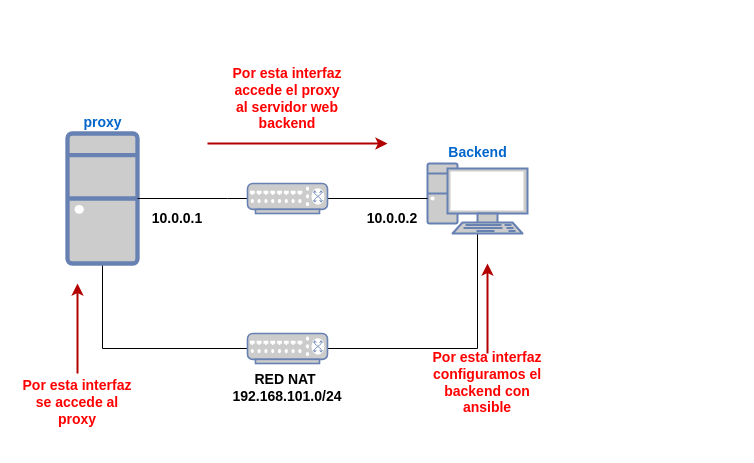
Above: modulos/_sri/sri/2526/u3/img/lb.drawio in josedom24/fp_pledin (draw.io), before the change. Source tidied: cells renumbered, new cells numbered last; positions are measured from the earlier drawing's top-left corner, leaving out a move shared by most shapes. Both pictures are drawn from the tidied source at 100%, with x=0, y=0 at pixel (17, 83).
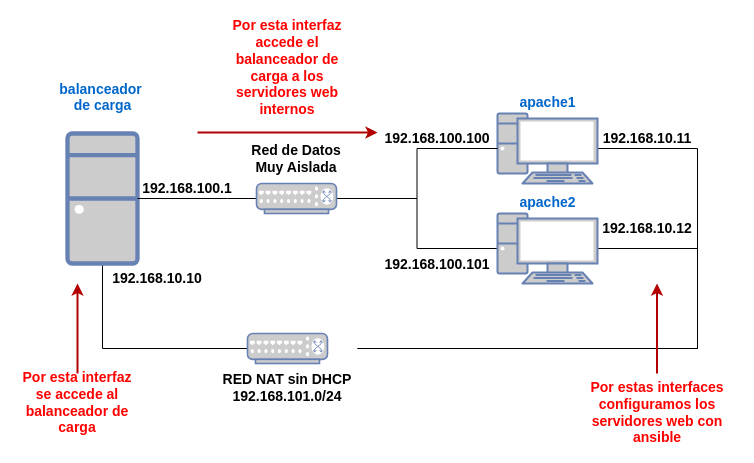
The same page after the edit.

The change refers to these unchanged cells:
```xml
<mxCell id="4" style="fontColor=#0066CC;verticalAlign=top;verticalLabelPosition=bottom;labelPosition=center;align=center;html=1;outlineConnect=0;fillColor=#CCCCCC;strokeColor=#6881B3;gradientColor=none;gradientDirection=north;strokeWidth=2;shape=mxgraph.networks.switch;" parent="1" vertex="1">
  <mxGeometry x="230" y="250" width="80" height="30" as="geometry" />
</mxCell>
```

Diff of the diagram source:
```diff
@@
-    <mxCell id="3" style="edgeStyle=orthogonalEdgeStyle;rounded=0;jettySize=auto;html=1;endArrow=none;endFill=0;" parent="1" edge="1" source="4" target="6">
-      <mxGeometry relative="1" as="geometry" />
-    </mxCell>
+    <mxCell id="19" style="edgeStyle=orthogonalEdgeStyle;rounded=0;jettySize=auto;html=1;endArrow=none;endFill=0;" parent="1" edge="1" target="22">
+      <mxGeometry relative="1" as="geometry">
+        <mxPoint x="340" y="265" as="sourcePoint" />
+        <Array as="points">
+          <mxPoint x="680" y="265" />
+          <mxPoint x="680" y="165" />
+        </Array>
+      </mxGeometry>
+    </mxCell>
@@
-    <mxCell id="5" value="&lt;font size=&quot;1&quot;&gt;&lt;b style=&quot;font-size: 14px;&quot;&gt;proxy&lt;/b&gt;&lt;/font&gt;" style="fontColor=#0066CC;verticalAlign=bottom;verticalLabelPosition=top;labelPosition=center;align=center;html=1;outlineConnect=0;fillColor=#CCCCCC;strokeColor=#6881B3;gradientColor=none;gradientDirection=north;strokeWidth=2;shape=mxgraph.networks.desktop_pc;" parent="1" vertex="1">
+    <mxCell id="5" value="&lt;font size=&quot;1&quot;&gt;&lt;b style=&quot;font-size: 14px;&quot;&gt;balanceador&amp;nbsp;&lt;/b&gt;&lt;/font&gt;&lt;div&gt;&lt;font size=&quot;1&quot;&gt;&lt;b style=&quot;font-size: 14px;&quot;&gt;de carga&lt;/b&gt;&lt;/font&gt;&lt;/div&gt;&lt;div&gt;&lt;font size=&quot;1&quot;&gt;&lt;b style=&quot;font-size: 14px;&quot;&gt;&lt;br&gt;&lt;/b&gt;&lt;/font&gt;&lt;/div&gt;" style="fontColor=#0066CC;verticalAlign=bottom;verticalLabelPosition=top;labelPosition=center;align=center;html=1;outlineConnect=0;fillColor=#CCCCCC;strokeColor=#6881B3;gradientColor=none;gradientDirection=north;strokeWidth=2;shape=mxgraph.networks.desktop_pc;" parent="1" vertex="1">
       <mxGeometry x="50" y="50" width="70" height="130" as="geometry" />
     </mxCell>
+    <mxCell id="20" style="edgeStyle=orthogonalEdgeStyle;rounded=0;jettySize=auto;html=1;endArrow=none;endFill=0;entryX=1;entryY=0.5;entryDx=0;entryDy=0;entryPerimeter=0;" parent="1" edge="1" source="6">
+      <mxGeometry relative="1" as="geometry">
+        <mxPoint x="340" y="265" as="targetPoint" />
+        <Array as="points">
+          <mxPoint x="680" y="65" />
+          <mxPoint x="680" y="265" />
+        </Array>
+      </mxGeometry>
+    </mxCell>
-    <mxCell id="6" value="&lt;font size=&quot;1&quot;&gt;&lt;b style=&quot;font-size: 14px;&quot;&gt;Backend&lt;/b&gt;&lt;/font&gt;" style="fontColor=#0066CC;verticalAlign=bottom;verticalLabelPosition=top;labelPosition=center;align=center;html=1;outlineConnect=0;fillColor=#CCCCCC;strokeColor=#6881B3;gradientColor=none;gradientDirection=north;strokeWidth=2;shape=mxgraph.networks.pc;" parent="1" vertex="1">
-      <mxGeometry x="410" y="80" width="100" height="70" as="geometry" />
+    <mxCell id="6" value="&lt;font size=&quot;1&quot;&gt;&lt;b style=&quot;font-size: 14px;&quot;&gt;apache1&lt;/b&gt;&lt;/font&gt;" style="fontColor=#0066CC;verticalAlign=bottom;verticalLabelPosition=top;labelPosition=center;align=center;html=1;outlineConnect=0;fillColor=#CCCCCC;strokeColor=#6881B3;gradientColor=none;gradientDirection=north;strokeWidth=2;shape=mxgraph.networks.pc;" parent="1" vertex="1">
+      <mxGeometry x="480" y="30" width="100" height="70" as="geometry" />
     </mxCell>
@@
+    <mxCell id="21" style="edgeStyle=orthogonalEdgeStyle;rounded=0;jettySize=auto;html=1;endArrow=none;endFill=0;exitX=1;exitY=0.5;exitDx=0;exitDy=0;exitPerimeter=0;entryX=0;entryY=0.5;entryDx=0;entryDy=0;entryPerimeter=0;" parent="1" edge="1" source="9" target="22">
+      <mxGeometry relative="1" as="geometry" />
+    </mxCell>
     <mxCell id="9" style="fontColor=#0066CC;verticalAlign=top;verticalLabelPosition=bottom;labelPosition=center;align=center;html=1;outlineConnect=0;fillColor=#CCCCCC;strokeColor=#6881B3;gradientColor=none;gradientDirection=north;strokeWidth=2;shape=mxgraph.networks.switch;" parent="1" vertex="1">
-      <mxGeometry x="230" y="100" width="80" height="30" as="geometry" />
+      <mxGeometry x="239" y="100" width="80" height="30" as="geometry" />
     </mxCell>
-    <mxCell id="10" value="&lt;font size=&quot;1&quot;&gt;&lt;b style=&quot;font-size: 14px;&quot;&gt;RED NAT&amp;nbsp;&lt;/b&gt;&lt;/font&gt;&lt;div&gt;&lt;font size=&quot;1&quot;&gt;&lt;b style=&quot;font-size: 14px;&quot;&gt;192.168.101.0/24&lt;/b&gt;&lt;/font&gt;&lt;/div&gt;" style="text;strokeColor=none;align=center;fillColor=none;html=1;verticalAlign=middle;whiteSpace=wrap;rounded=0;" parent="1" vertex="1">
+    <mxCell id="10" value="&lt;font size=&quot;1&quot;&gt;&lt;b style=&quot;font-size: 14px;&quot;&gt;RED NAT sin DHCP&lt;/b&gt;&lt;/font&gt;&lt;div&gt;&lt;font size=&quot;1&quot;&gt;&lt;b style=&quot;font-size: 14px;&quot;&gt;192.168.101.0/24&lt;/b&gt;&lt;/font&gt;&lt;/div&gt;" style="text;strokeColor=none;align=center;fillColor=none;html=1;verticalAlign=middle;whiteSpace=wrap;rounded=0;" parent="1" vertex="1">
       <mxGeometry x="195" y="289" width="150" height="30" as="geometry" />
     </mxCell>
-    <mxCell id="11" value="&lt;font style=&quot;font-size: 14px;&quot;&gt;&lt;b&gt;10.0.0.1&lt;/b&gt;&lt;/font&gt;" style="text;html=1;whiteSpace=wrap;strokeColor=none;fillColor=none;align=center;verticalAlign=middle;rounded=0;" parent="1" vertex="1">
-      <mxGeometry x="130" y="120" width="60" height="30" as="geometry" />
+    <mxCell id="11" value="&lt;font style=&quot;font-size: 14px;&quot;&gt;&lt;b&gt;192.168.100.1&lt;/b&gt;&lt;/font&gt;" style="text;html=1;whiteSpace=wrap;strokeColor=none;fillColor=none;align=center;verticalAlign=middle;rounded=0;" parent="1" vertex="1">
+      <mxGeometry x="140" y="90" width="60" height="30" as="geometry" />
     </mxCell>
-    <mxCell id="12" value="&lt;font style=&quot;font-size: 14px;&quot;&gt;&lt;b&gt;10.0.0.2&lt;/b&gt;&lt;/font&gt;" style="text;html=1;whiteSpace=wrap;strokeColor=none;fillColor=none;align=center;verticalAlign=middle;rounded=0;" parent="1" vertex="1">
-      <mxGeometry x="345" y="120" width="60" height="30" as="geometry" />
-    </mxCell>
@@
-    <mxCell id="14" value="&lt;font style=&quot;font-size: 14px;&quot;&gt;&lt;b&gt;Por esta interfaz se accede al proxy&lt;/b&gt;&lt;/font&gt;" style="text;html=1;whiteSpace=wrap;strokeColor=none;fillColor=none;align=center;verticalAlign=middle;rounded=0;fontColor=#FF0000;" parent="1" vertex="1">
+    <mxCell id="14" value="&lt;font style=&quot;font-size: 14px;&quot;&gt;&lt;b&gt;Por esta interfaz se accede al balanceador de carga&lt;/b&gt;&lt;/font&gt;" style="text;html=1;whiteSpace=wrap;strokeColor=none;fillColor=none;align=center;verticalAlign=middle;rounded=0;fontColor=#FF0000;" parent="1" vertex="1">
       <mxGeometry y="304" width="120" height="30" as="geometry" />
     </mxCell>
     <mxCell id="15" style="edgeStyle=none;orthogonalLoop=1;jettySize=auto;html=1;rounded=0;fillColor=#e51400;strokeColor=#B20000;strokeWidth=2;" parent="1" edge="1">
       <mxGeometry relative="1" as="geometry">
-        <mxPoint x="470" y="270" as="sourcePoint" />
-        <mxPoint x="470" y="180" as="targetPoint" />
+        <mxPoint x="639.5" y="290" as="sourcePoint" />
+        <mxPoint x="639.5" y="200" as="targetPoint" />
       </mxGeometry>
     </mxCell>
-    <mxCell id="16" value="&lt;font style=&quot;font-size: 14px;&quot;&gt;&lt;b&gt;Por esta interfaz configuramos el backend con ansible&lt;/b&gt;&lt;/font&gt;" style="text;html=1;whiteSpace=wrap;strokeColor=none;fillColor=none;align=center;verticalAlign=middle;rounded=0;fontColor=#FF0000;" parent="1" vertex="1">
-      <mxGeometry x="410" y="284" width="120" height="30" as="geometry" />
+    <mxCell id="16" value="&lt;font style=&quot;font-size: 14px;&quot;&gt;&lt;b&gt;Por estas interfaces configuramos los servidores web con ansible&lt;/b&gt;&lt;/font&gt;" style="text;html=1;whiteSpace=wrap;strokeColor=none;fillColor=none;align=center;verticalAlign=middle;rounded=0;fontColor=#FF0000;" parent="1" vertex="1">
+      <mxGeometry x="560" y="314" width="160" height="30" as="geometry" />
     </mxCell>
     <mxCell id="17" style="edgeStyle=none;orthogonalLoop=1;jettySize=auto;html=1;rounded=0;fillColor=#e51400;strokeColor=#B20000;strokeWidth=2;" parent="1" edge="1">
       <mxGeometry relative="1" as="geometry">
-        <mxPoint x="190" y="60" as="sourcePoint" />
-        <mxPoint x="370" y="60" as="targetPoint" />
+        <mxPoint x="180" y="49" as="sourcePoint" />
+        <mxPoint x="360" y="49" as="targetPoint" />
       </mxGeometry>
     </mxCell>
-    <mxCell id="18" value="&lt;font style=&quot;font-size: 14px;&quot;&gt;&lt;b&gt;Por esta interfaz accede el proxy al servidor web backend&lt;/b&gt;&lt;/font&gt;" style="text;html=1;whiteSpace=wrap;strokeColor=none;fillColor=none;align=center;verticalAlign=middle;rounded=0;fontColor=#FF0000;" parent="1" vertex="1">
-      <mxGeometry x="210" width="120" height="30" as="geometry" />
+    <mxCell id="18" value="&lt;font style=&quot;font-size: 14px;&quot;&gt;&lt;b&gt;Por esta interfaz accede el balanceador de carga a los servidores web internos&lt;/b&gt;&lt;/font&gt;" style="text;html=1;whiteSpace=wrap;strokeColor=none;fillColor=none;align=center;verticalAlign=middle;rounded=0;fontColor=#FF0000;" parent="1" vertex="1">
+      <mxGeometry x="210" y="-31" width="120" height="30" as="geometry" />
     </mxCell>
+    <mxCell id="22" value="&lt;font size=&quot;1&quot;&gt;&lt;b style=&quot;font-size: 14px;&quot;&gt;apache2&lt;/b&gt;&lt;/font&gt;" style="fontColor=#0066CC;verticalAlign=bottom;verticalLabelPosition=top;labelPosition=center;align=center;html=1;outlineConnect=0;fillColor=#CCCCCC;strokeColor=#6881B3;gradientColor=none;gradientDirection=north;strokeWidth=2;shape=mxgraph.networks.pc;" parent="1" vertex="1">
+      <mxGeometry x="480" y="130" width="100" height="70" as="geometry" />
+    </mxCell>
+    <mxCell id="23" value="&lt;span style=&quot;font-size: 14px;&quot;&gt;&lt;b&gt;Red de Datos&lt;/b&gt;&lt;/span&gt;&lt;div&gt;&lt;span style=&quot;font-size: 14px;&quot;&gt;&lt;b&gt;Muy Aislada&lt;/b&gt;&lt;/span&gt;&lt;/div&gt;" style="text;strokeColor=none;align=center;fillColor=none;html=1;verticalAlign=middle;whiteSpace=wrap;rounded=0;" parent="1" vertex="1">
+      <mxGeometry x="204" y="60" width="150" height="30" as="geometry" />
+    </mxCell>
+    <mxCell id="24" value="&lt;font style=&quot;font-size: 14px;&quot;&gt;&lt;b&gt;192.168.100.100&lt;/b&gt;&lt;/font&gt;" style="text;html=1;whiteSpace=wrap;strokeColor=none;fillColor=none;align=center;verticalAlign=middle;rounded=0;" parent="1" vertex="1">
+      <mxGeometry x="390" y="40" width="60" height="30" as="geometry" />
+    </mxCell>
+    <mxCell id="25" value="&lt;font style=&quot;font-size: 14px;&quot;&gt;&lt;b&gt;192.168.100.101&lt;/b&gt;&lt;/font&gt;&lt;div&gt;&lt;font style=&quot;font-size: 14px;&quot;&gt;&lt;b&gt;&lt;br&gt;&lt;/b&gt;&lt;/font&gt;&lt;/div&gt;" style="text;html=1;whiteSpace=wrap;strokeColor=none;fillColor=none;align=center;verticalAlign=middle;rounded=0;" parent="1" vertex="1">
+      <mxGeometry x="390" y="174" width="60" height="30" as="geometry" />
+    </mxCell>
+    <mxCell id="26" value="&lt;font style=&quot;font-size: 14px;&quot;&gt;&lt;b&gt;192.168.10.10&lt;/b&gt;&lt;/font&gt;" style="text;html=1;whiteSpace=wrap;strokeColor=none;fillColor=none;align=center;verticalAlign=middle;rounded=0;" parent="1" vertex="1">
+      <mxGeometry x="110" y="180" width="60" height="30" as="geometry" />
+    </mxCell>
+    <mxCell id="27" value="&lt;font style=&quot;font-size: 14px;&quot;&gt;&lt;b&gt;192.168.10.1&lt;/b&gt;&lt;/font&gt;&lt;b style=&quot;font-size: 14px; background-color: transparent; color: light-dark(rgb(0, 0, 0), rgb(255, 255, 255));&quot;&gt;2&lt;/b&gt;" style="text;html=1;whiteSpace=wrap;strokeColor=none;fillColor=none;align=center;verticalAlign=middle;rounded=0;" parent="1" vertex="1">
+      <mxGeometry x="600" y="130" width="60" height="30" as="geometry" />
+    </mxCell>
+    <mxCell id="28" value="&lt;font style=&quot;font-size: 14px;&quot;&gt;&lt;b&gt;192.168.10.11&lt;/b&gt;&lt;/font&gt;" style="text;html=1;whiteSpace=wrap;strokeColor=none;fillColor=none;align=center;verticalAlign=middle;rounded=0;" parent="1" vertex="1">
+      <mxGeometry x="600" y="40" width="60" height="30" as="geometry" />
+    </mxCell>
```
